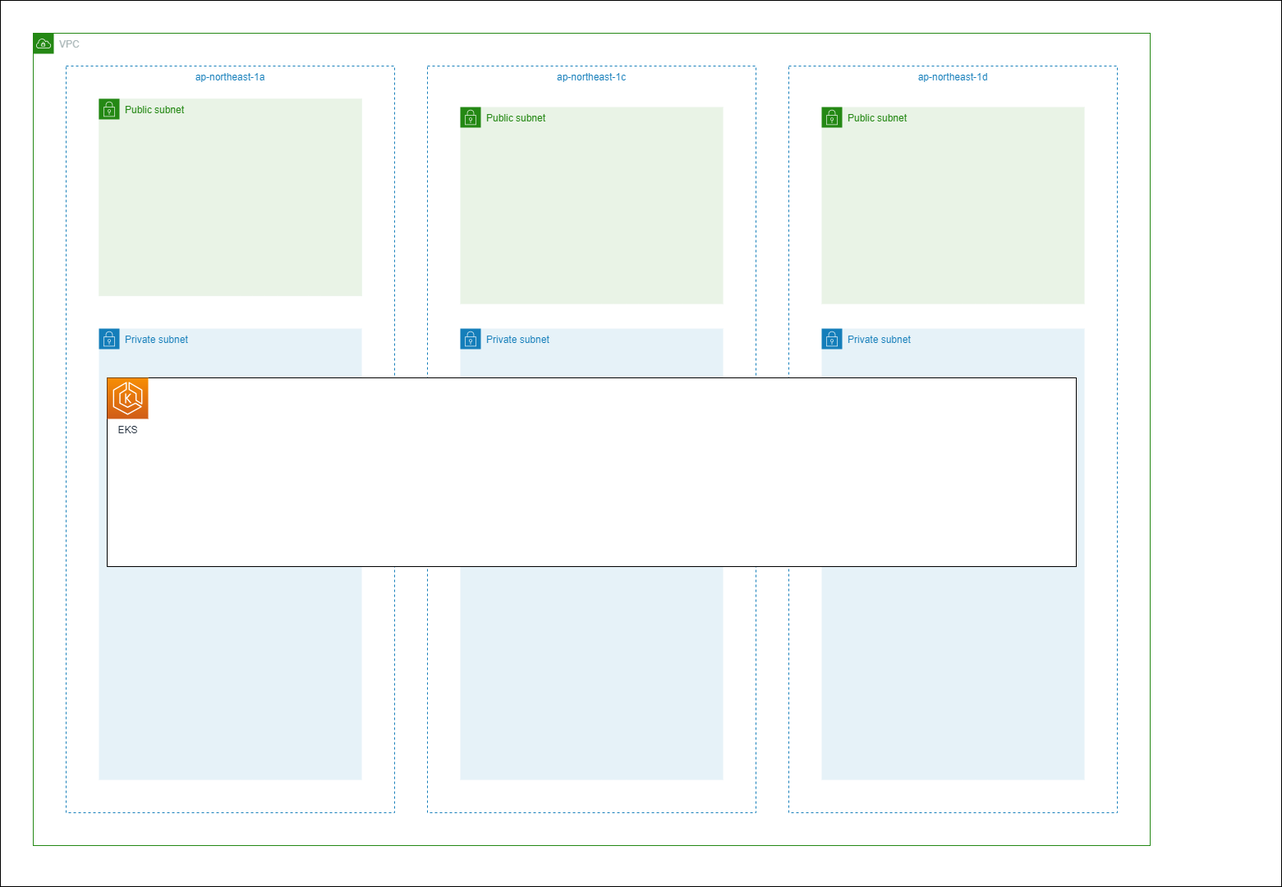
Earlier version of the draw.io export docs/drawio/architecture_chapter02.drawio.png (ng3rdstmadgke/terraform-tutorial-eks). Source tidied: cells renumbered, new cells last; positions are measured from the earlier drawing's top-left corner, leaving out a move shared by most shapes. The source it was exported from:
```xml
<mxGraphModel>
  <root>
    <mxCell id="0" />
    <mxCell id="1" parent="0" />
    <mxCell id="2" style="rounded=0;whiteSpace=wrap;html=1;" parent="1" vertex="1">
      <mxGeometry width="1560" height="1080" as="geometry" />
    </mxCell>
    <mxCell id="3" value="VPC" style="gradientColor=none;html=1;whiteSpace=wrap;fontSize=12;fontStyle=0;shape=mxgraph.aws4.group;grIcon=mxgraph.aws4.group_vpc;strokeColor=#248814;fillColor=none;verticalAlign=top;align=left;spacingLeft=30;fontColor=#AAB7B8;dashed=0;" parent="1" vertex="1">
      <mxGeometry x="40" y="40" width="1360" height="990" as="geometry" />
    </mxCell>
    <mxCell id="4" value="ap-northeast-1a" style="fillColor=none;strokeColor=#147EBA;dashed=1;verticalAlign=top;fontStyle=0;fontColor=#147EBA;" parent="3" vertex="1">
      <mxGeometry x="40" y="40" width="400" height="910" as="geometry" />
    </mxCell>
    <mxCell id="5" value="ap-northeast-1c" style="fillColor=none;strokeColor=#147EBA;dashed=1;verticalAlign=top;fontStyle=0;fontColor=#147EBA;" parent="3" vertex="1">
      <mxGeometry x="480" y="40" width="400" height="910" as="geometry" />
    </mxCell>
    <mxCell id="6" value="Public subnet" style="gradientColor=none;html=1;whiteSpace=wrap;fontSize=12;fontStyle=0;shape=mxgraph.aws4.group;grIcon=mxgraph.aws4.group_security_group;grStroke=0;strokeColor=#248814;fillColor=#E9F3E6;verticalAlign=top;align=left;spacingLeft=30;fontColor=#248814;dashed=0;" parent="3" vertex="1">
      <mxGeometry x="80" y="80" width="320" height="240" as="geometry" />
    </mxCell>
    <mxCell id="7" value="Private subnet" style="gradientColor=none;html=1;whiteSpace=wrap;fontSize=12;fontStyle=0;shape=mxgraph.aws4.group;grIcon=mxgraph.aws4.group_security_group;grStroke=0;strokeColor=#147EBA;fillColor=#E6F2F8;verticalAlign=top;align=left;spacingLeft=30;fontColor=#147EBA;dashed=0;" parent="3" vertex="1">
      <mxGeometry x="80" y="360" width="320" height="550" as="geometry" />
    </mxCell>
    <mxCell id="8" value="Public subnet" style="gradientColor=none;html=1;whiteSpace=wrap;fontSize=12;fontStyle=0;shape=mxgraph.aws4.group;grIcon=mxgraph.aws4.group_security_group;grStroke=0;strokeColor=#248814;fillColor=#E9F3E6;verticalAlign=top;align=left;spacingLeft=30;fontColor=#248814;dashed=0;" parent="7" vertex="1">
      <mxGeometry y="-280" width="320" height="240" as="geometry" />
    </mxCell>
    <mxCell id="9" value="ap-northeast-1d" style="fillColor=none;strokeColor=#147EBA;dashed=1;verticalAlign=top;fontStyle=0;fontColor=#147EBA;" parent="3" vertex="1">
      <mxGeometry x="920" y="40" width="400" height="910" as="geometry" />
    </mxCell>
    <mxCell id="10" value="Private subnet" style="gradientColor=none;html=1;whiteSpace=wrap;fontSize=12;fontStyle=0;shape=mxgraph.aws4.group;grIcon=mxgraph.aws4.group_security_group;grStroke=0;strokeColor=#147EBA;fillColor=#E6F2F8;verticalAlign=top;align=left;spacingLeft=30;fontColor=#147EBA;dashed=0;" parent="3" vertex="1">
      <mxGeometry x="520" y="360" width="320" height="550" as="geometry" />
    </mxCell>
    <mxCell id="11" value="Private subnet" style="gradientColor=none;html=1;whiteSpace=wrap;fontSize=12;fontStyle=0;shape=mxgraph.aws4.group;grIcon=mxgraph.aws4.group_security_group;grStroke=0;strokeColor=#147EBA;fillColor=#E6F2F8;verticalAlign=top;align=left;spacingLeft=30;fontColor=#147EBA;dashed=0;" parent="3" vertex="1">
      <mxGeometry x="960" y="360" width="320" height="550" as="geometry" />
    </mxCell>
    <mxCell id="12" style="verticalLabelPosition=bottom;verticalAlign=top;html=1;shape=mxgraph.basic.rect;fillColor2=none;strokeWidth=1;size=20;indent=5;" parent="3" vertex="1">
      <mxGeometry x="90" y="420" width="1180" height="230" as="geometry" />
    </mxCell>
    <mxCell id="13" value="EKS" style="sketch=0;fontColor=#232F3E;gradientColor=#F78E04;gradientDirection=north;fillColor=#D05C17;strokeColor=#ffffff;dashed=0;verticalLabelPosition=bottom;verticalAlign=top;align=center;html=1;fontSize=12;fontStyle=0;shape=mxgraph.aws4.resourceIcon;resIcon=mxgraph.aws4.eks;" parent="3" vertex="1">
      <mxGeometry x="90" y="420" width="50" height="50" as="geometry" />
    </mxCell>
    <mxCell id="14" value="Public subnet" style="gradientColor=none;html=1;whiteSpace=wrap;fontSize=12;fontStyle=0;shape=mxgraph.aws4.group;grIcon=mxgraph.aws4.group_security_group;grStroke=0;strokeColor=#248814;fillColor=#E9F3E6;verticalAlign=top;align=left;spacingLeft=30;fontColor=#248814;dashed=0;" parent="3" vertex="1">
      <mxGeometry x="520" y="90" width="320" height="240" as="geometry" />
    </mxCell>
    <mxCell id="15" value="Public subnet" style="gradientColor=none;html=1;whiteSpace=wrap;fontSize=12;fontStyle=0;shape=mxgraph.aws4.group;grIcon=mxgraph.aws4.group_security_group;grStroke=0;strokeColor=#248814;fillColor=#E9F3E6;verticalAlign=top;align=left;spacingLeft=30;fontColor=#248814;dashed=0;" parent="3" vertex="1">
      <mxGeometry x="960" y="90" width="320" height="240" as="geometry" />
    </mxCell>
  </root>
</mxGraphModel>
```
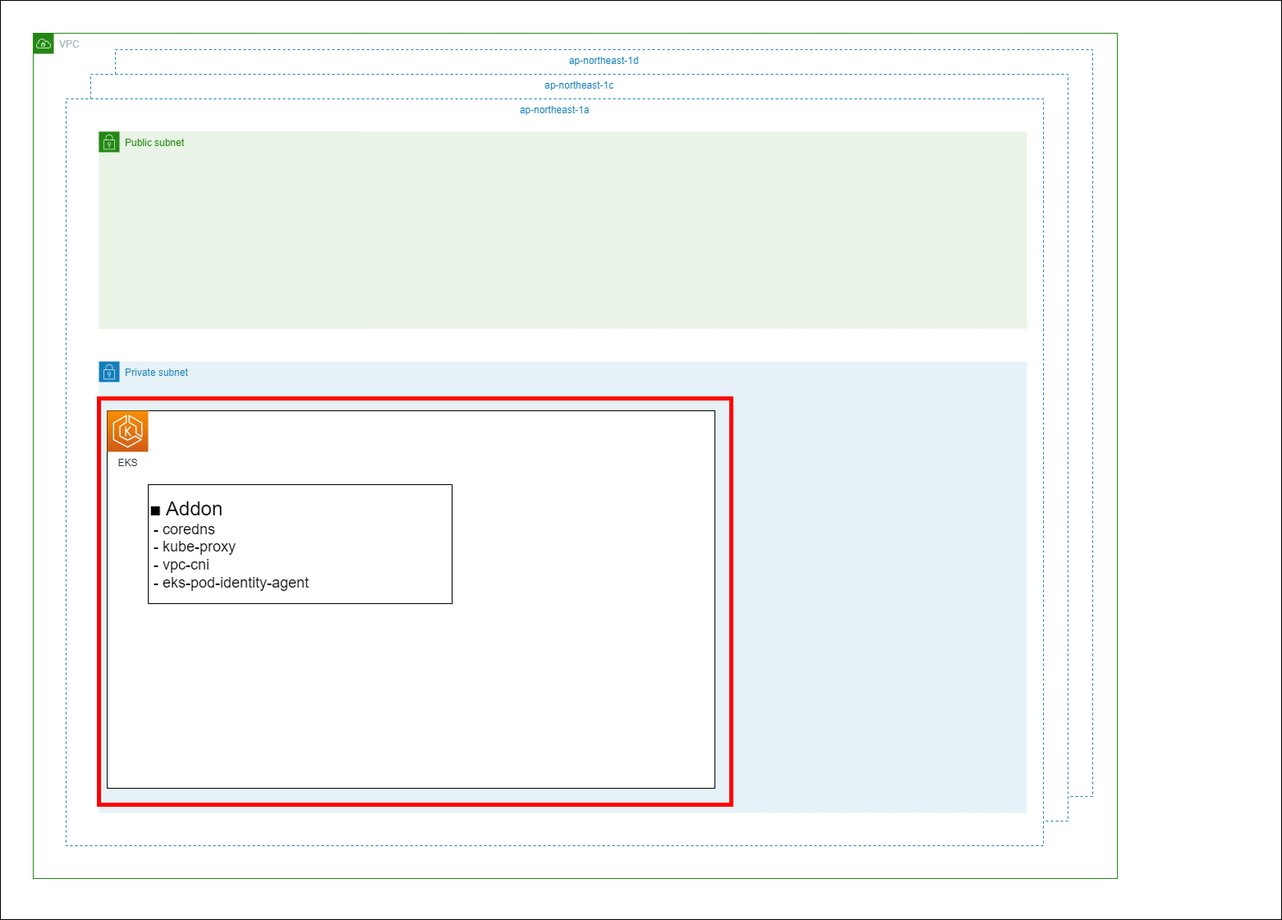
After the change.

Change to the diagram source:
```diff
@@ -3,46 +3,40 @@
     <mxCell id="0" />
     <mxCell id="1" parent="0" />
     <mxCell id="2" style="rounded=0;whiteSpace=wrap;html=1;" parent="1" vertex="1">
-      <mxGeometry width="1560" height="1080" as="geometry" />
+      <mxGeometry width="1560" height="1120" as="geometry" />
     </mxCell>
     <mxCell id="3" value="VPC" style="gradientColor=none;html=1;whiteSpace=wrap;fontSize=12;fontStyle=0;shape=mxgraph.aws4.group;grIcon=mxgraph.aws4.group_vpc;strokeColor=#248814;fillColor=none;verticalAlign=top;align=left;spacingLeft=30;fontColor=#AAB7B8;dashed=0;" parent="1" vertex="1">
-      <mxGeometry x="40" y="40" width="1360" height="990" as="geometry" />
+      <mxGeometry x="40" y="40" width="1320" height="1030" as="geometry" />
     </mxCell>
+    <mxCell id="9" value="ap-northeast-1d" style="fillColor=#FFFFFF;strokeColor=#147EBA;dashed=1;verticalAlign=top;fontStyle=0;fontColor=#147EBA;" parent="1" vertex="1">
+      <mxGeometry x="140" y="60" width="1190" height="910" as="geometry" />
+    </mxCell>
+    <mxCell id="5" value="ap-northeast-1c" style="fillColor=#FFFFFF;strokeColor=#147EBA;dashed=1;verticalAlign=top;fontStyle=0;fontColor=#147EBA;" parent="1" vertex="1">
+      <mxGeometry x="110" y="90" width="1190" height="910" as="geometry" />
+    </mxCell>
-    <mxCell id="4" value="ap-northeast-1a" style="fillColor=none;strokeColor=#147EBA;dashed=1;verticalAlign=top;fontStyle=0;fontColor=#147EBA;" parent="3" vertex="1">
-      <mxGeometry x="40" y="40" width="400" height="910" as="geometry" />
+    <mxCell id="4" value="ap-northeast-1a" style="fillColor=#FFFFFF;strokeColor=#147EBA;dashed=1;verticalAlign=top;fontStyle=0;fontColor=#147EBA;" parent="1" vertex="1">
+      <mxGeometry x="80" y="120" width="1190" height="910" as="geometry" />
     </mxCell>
-    <mxCell id="5" value="ap-northeast-1c" style="fillColor=none;strokeColor=#147EBA;dashed=1;verticalAlign=top;fontStyle=0;fontColor=#147EBA;" parent="3" vertex="1">
-      <mxGeometry x="480" y="40" width="400" height="910" as="geometry" />
-    </mxCell>
-    <mxCell id="6" value="Public subnet" style="gradientColor=none;html=1;whiteSpace=wrap;fontSize=12;fontStyle=0;shape=mxgraph.aws4.group;grIcon=mxgraph.aws4.group_security_group;grStroke=0;strokeColor=#248814;fillColor=#E9F3E6;verticalAlign=top;align=left;spacingLeft=30;fontColor=#248814;dashed=0;" parent="3" vertex="1">
-      <mxGeometry x="80" y="80" width="320" height="240" as="geometry" />
+    <mxCell id="6" value="Public subnet" style="gradientColor=none;html=1;whiteSpace=wrap;fontSize=12;fontStyle=0;shape=mxgraph.aws4.group;grIcon=mxgraph.aws4.group_security_group;grStroke=0;strokeColor=#248814;fillColor=#E9F3E6;verticalAlign=top;align=left;spacingLeft=30;fontColor=#248814;dashed=0;" parent="1" vertex="1">
+      <mxGeometry x="120" y="160" width="320" height="240" as="geometry" />
     </mxCell>
-    <mxCell id="7" value="Private subnet" style="gradientColor=none;html=1;whiteSpace=wrap;fontSize=12;fontStyle=0;shape=mxgraph.aws4.group;grIcon=mxgraph.aws4.group_security_group;grStroke=0;strokeColor=#147EBA;fillColor=#E6F2F8;verticalAlign=top;align=left;spacingLeft=30;fontColor=#147EBA;dashed=0;" parent="3" vertex="1">
-      <mxGeometry x="80" y="360" width="320" height="550" as="geometry" />
+    <mxCell id="7" value="Private subnet" style="gradientColor=none;html=1;whiteSpace=wrap;fontSize=12;fontStyle=0;shape=mxgraph.aws4.group;grIcon=mxgraph.aws4.group_security_group;grStroke=0;strokeColor=#147EBA;fillColor=#E6F2F8;verticalAlign=top;align=left;spacingLeft=30;fontColor=#147EBA;dashed=0;" parent="1" vertex="1">
+      <mxGeometry x="120" y="440" width="1130" height="550" as="geometry" />
     </mxCell>
-    <mxCell id="8" value="Public subnet" style="gradientColor=none;html=1;whiteSpace=wrap;fontSize=12;fontStyle=0;shape=mxgraph.aws4.group;grIcon=mxgraph.aws4.group_security_group;grStroke=0;strokeColor=#248814;fillColor=#E9F3E6;verticalAlign=top;align=left;spacingLeft=30;fontColor=#248814;dashed=0;" parent="7" vertex="1">
-      <mxGeometry y="-280" width="320" height="240" as="geometry" />
-    </mxCell>
-    <mxCell id="9" value="ap-northeast-1d" style="fillColor=none;strokeColor=#147EBA;dashed=1;verticalAlign=top;fontStyle=0;fontColor=#147EBA;" parent="3" vertex="1">
-      <mxGeometry x="920" y="40" width="400" height="910" as="geometry" />
-    </mxCell>
-    <mxCell id="10" value="Private subnet" style="gradientColor=none;html=1;whiteSpace=wrap;fontSize=12;fontStyle=0;shape=mxgraph.aws4.group;grIcon=mxgraph.aws4.group_security_group;grStroke=0;strokeColor=#147EBA;fillColor=#E6F2F8;verticalAlign=top;align=left;spacingLeft=30;fontColor=#147EBA;dashed=0;" parent="3" vertex="1">
-      <mxGeometry x="520" y="360" width="320" height="550" as="geometry" />
-    </mxCell>
-    <mxCell id="11" value="Private subnet" style="gradientColor=none;html=1;whiteSpace=wrap;fontSize=12;fontStyle=0;shape=mxgraph.aws4.group;grIcon=mxgraph.aws4.group_security_group;grStroke=0;strokeColor=#147EBA;fillColor=#E6F2F8;verticalAlign=top;align=left;spacingLeft=30;fontColor=#147EBA;dashed=0;" parent="3" vertex="1">
-      <mxGeometry x="960" y="360" width="320" height="550" as="geometry" />
-    </mxCell>
-    <mxCell id="12" style="verticalLabelPosition=bottom;verticalAlign=top;html=1;shape=mxgraph.basic.rect;fillColor2=none;strokeWidth=1;size=20;indent=5;" parent="3" vertex="1">
-      <mxGeometry x="90" y="420" width="1180" height="230" as="geometry" />
+    <mxCell id="12" style="verticalLabelPosition=bottom;verticalAlign=top;html=1;shape=mxgraph.basic.rect;fillColor2=none;strokeWidth=1;size=20;indent=5;" parent="1" vertex="1">
+      <mxGeometry x="130" y="500" width="740" height="460" as="geometry" />
     </mxCell>
-    <mxCell id="13" value="EKS" style="sketch=0;fontColor=#232F3E;gradientColor=#F78E04;gradientDirection=north;fillColor=#D05C17;strokeColor=#ffffff;dashed=0;verticalLabelPosition=bottom;verticalAlign=top;align=center;html=1;fontSize=12;fontStyle=0;shape=mxgraph.aws4.resourceIcon;resIcon=mxgraph.aws4.eks;" parent="3" vertex="1">
-      <mxGeometry x="90" y="420" width="50" height="50" as="geometry" />
+    <mxCell id="13" value="EKS" style="sketch=0;fontColor=#232F3E;gradientColor=#F78E04;gradientDirection=north;fillColor=#D05C17;strokeColor=#ffffff;dashed=0;verticalLabelPosition=bottom;verticalAlign=top;align=center;html=1;fontSize=12;fontStyle=0;shape=mxgraph.aws4.resourceIcon;resIcon=mxgraph.aws4.eks;" parent="1" vertex="1">
+      <mxGeometry x="130" y="500" width="50" height="50" as="geometry" />
     </mxCell>
-    <mxCell id="14" value="Public subnet" style="gradientColor=none;html=1;whiteSpace=wrap;fontSize=12;fontStyle=0;shape=mxgraph.aws4.group;grIcon=mxgraph.aws4.group_security_group;grStroke=0;strokeColor=#248814;fillColor=#E9F3E6;verticalAlign=top;align=left;spacingLeft=30;fontColor=#248814;dashed=0;" parent="3" vertex="1">
-      <mxGeometry x="520" y="90" width="320" height="240" as="geometry" />
-    </mxCell>
+    <mxCell id="16" value="&lt;font style=&quot;&quot;&gt;&lt;font style=&quot;font-size: 24px;&quot;&gt;■ Addon&lt;/font&gt;&lt;br&gt;&lt;span style=&quot;font-size: 18px;&quot;&gt;&amp;nbsp;- coredns&lt;/span&gt;&lt;br style=&quot;border-color: var(--border-color);&quot;&gt;&lt;span style=&quot;border-color: var(--border-color); font-size: 18px;&quot;&gt;&amp;nbsp;-&amp;nbsp;kube-proxy&lt;/span&gt;&lt;br style=&quot;border-color: var(--border-color);&quot;&gt;&lt;span style=&quot;border-color: var(--border-color); font-size: 18px;&quot;&gt;&amp;nbsp;-&amp;nbsp;vpc-cni&lt;/span&gt;&lt;br style=&quot;border-color: var(--border-color);&quot;&gt;&lt;span style=&quot;border-color: var(--border-color); font-size: 18px;&quot;&gt;&amp;nbsp;-&amp;nbsp;eks-pod-identity-agent&lt;/span&gt;&lt;br&gt;&lt;/font&gt;" style="rounded=0;whiteSpace=wrap;html=1;labelBackgroundColor=#FFFFFF;fontSize=14;align=left;" parent="1" vertex="1">
+      <mxGeometry x="180" y="590" width="370" height="145" as="geometry" />
+    </mxCell>
+    <mxCell id="8" value="Public subnet" style="gradientColor=none;html=1;whiteSpace=wrap;fontSize=12;fontStyle=0;shape=mxgraph.aws4.group;grIcon=mxgraph.aws4.group_security_group;grStroke=0;strokeColor=#248814;fillColor=#E9F3E6;verticalAlign=top;align=left;spacingLeft=30;fontColor=#248814;dashed=0;" parent="1" vertex="1">
+      <mxGeometry x="120" y="160" width="1130" height="240" as="geometry" />
+    </mxCell>
-    <mxCell id="15" value="Public subnet" style="gradientColor=none;html=1;whiteSpace=wrap;fontSize=12;fontStyle=0;shape=mxgraph.aws4.group;grIcon=mxgraph.aws4.group_security_group;grStroke=0;strokeColor=#248814;fillColor=#E9F3E6;verticalAlign=top;align=left;spacingLeft=30;fontColor=#248814;dashed=0;" parent="3" vertex="1">
-      <mxGeometry x="960" y="90" width="320" height="240" as="geometry" />
+    <mxCell id="15" style="rounded=0;whiteSpace=wrap;html=1;fillColor=none;strokeColor=#FF0000;strokeWidth=5;" parent="1" vertex="1">
+      <mxGeometry x="120" y="485" width="770" height="495" as="geometry" />
     </mxCell>
   </root>
 </mxGraphModel>
```
